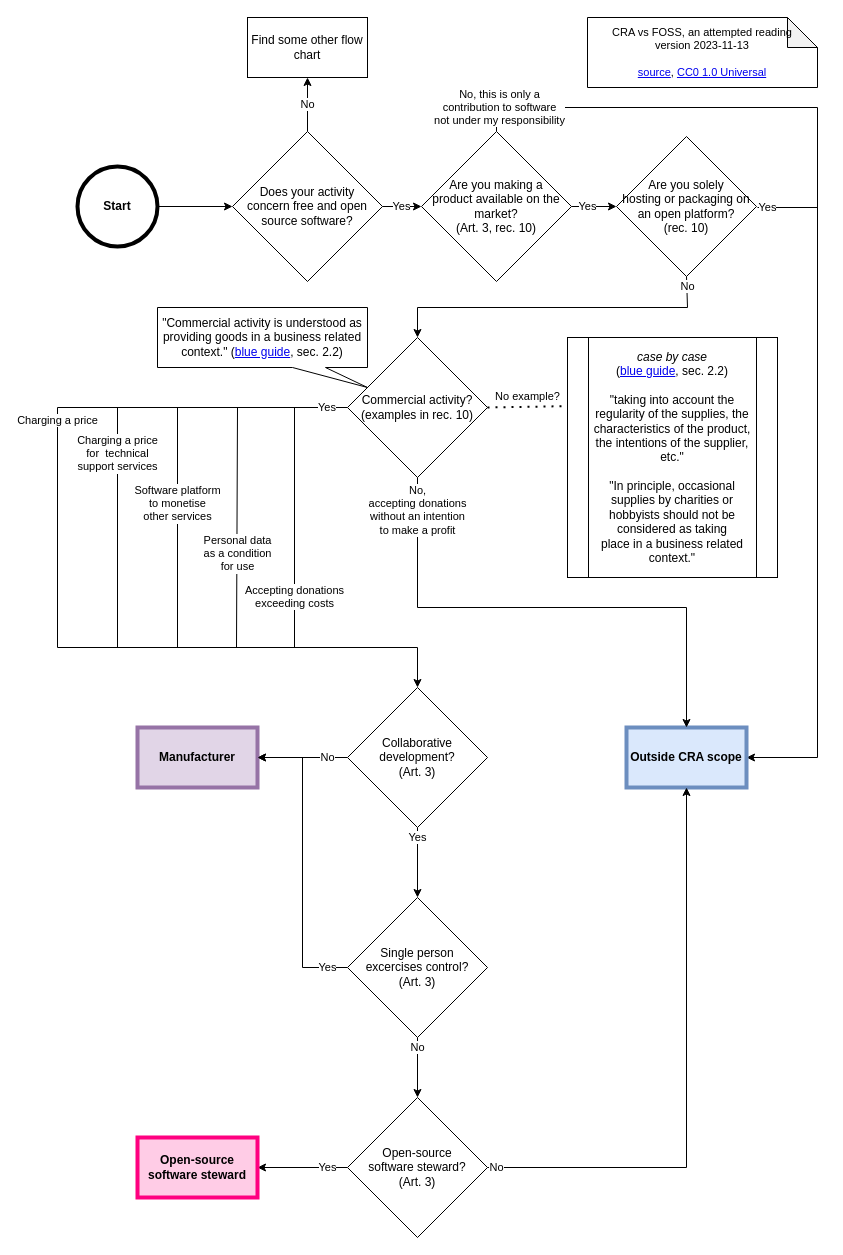
Earlier version of the draw.io diagram FOSS flowchart.drawio (kappapiana/cra-foss-diagram). Source tidied: cells renumbered, new cells numbered last; positions are measured from the earlier drawing's top-left corner, leaving out a move shared by most shapes. Both pictures are drawn from the tidied source at 100%, with x=0, y=0 at pixel (57, 17).
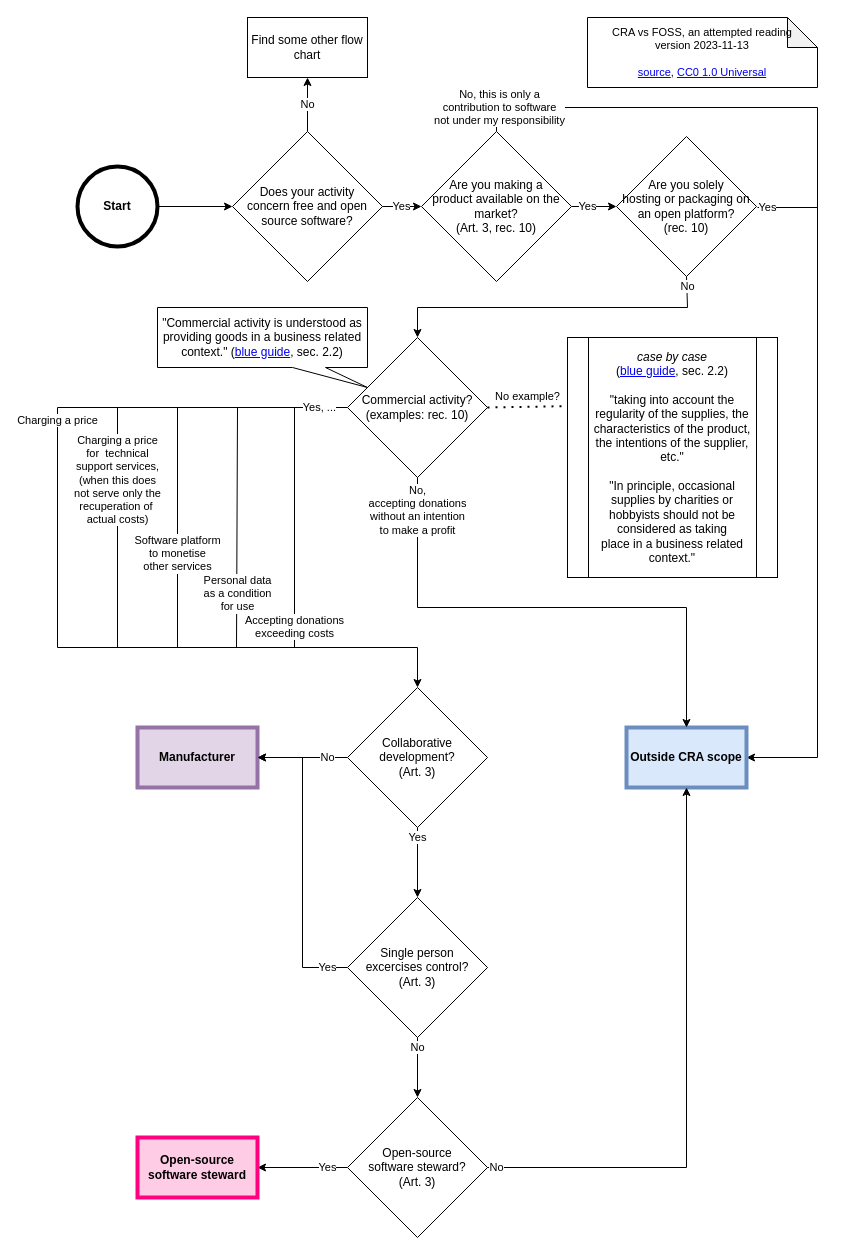
Above is the later version.

Commit message:
added recuperation of actual costs

Unchanged cells that the change refers to:
```xml
<mxCell id="24" value="Outside CRA scope" style="rounded=0;whiteSpace=wrap;html=1;fillColor=#dae8fc;strokeColor=#6c8ebf;fontStyle=1;strokeWidth=4;" parent="1" vertex="1">
  <mxGeometry x="569" y="710" width="120" height="60" as="geometry" />
</mxCell>
```

Change to the diagram source:
```diff
@@
-    <mxCell id="2" value="Commercial activity?&lt;br&gt;(examples in rec. 10)" style="rhombus;whiteSpace=wrap;html=1;fontStyle=0;" parent="1" vertex="1">
+    <mxCell id="2" value="Commercial activity?&lt;br&gt;&lt;div&gt;(examples: rec. 10)&lt;/div&gt;" style="rhombus;whiteSpace=wrap;html=1;fontStyle=0;" parent="1" vertex="1">
       <mxGeometry x="290" y="320" width="140" height="140" as="geometry" />
     </mxCell>
@@
-    <mxCell id="18" value="Charging a price&lt;br&gt;for&amp;nbsp; technical&lt;br&gt;support services" style="endArrow=none;html=1;rounded=0;verticalAlign=top;fontStyle=0;" parent="1" edge="1">
+    <mxCell id="18" value="&lt;div&gt;Charging a price&lt;/div&gt;&lt;div&gt;for&amp;nbsp; technical&lt;/div&gt;&lt;div&gt;support services,&lt;/div&gt;&lt;div&gt;(when this does&lt;/div&gt;&lt;div&gt;not serve only the&lt;/div&gt;&lt;div&gt;recuperation of&amp;nbsp;&lt;/div&gt;&lt;div&gt;actual costs)&lt;/div&gt;" style="endArrow=none;html=1;rounded=0;verticalAlign=top;fontStyle=0;" parent="1" edge="1">
       <mxGeometry x="-0.83" relative="1" as="geometry">
         <mxPoint x="60" y="390" as="sourcePoint" />
         <mxPoint x="60" y="630" as="targetPoint" />
       </mxGeometry>
     </mxCell>
     <mxCell id="19" value="Software platform&lt;br&gt; to monetise&lt;br&gt;other services" style="endArrow=none;html=1;rounded=0;verticalAlign=top;fontStyle=0;" parent="1" edge="1">
-      <mxGeometry x="0.42" relative="1" as="geometry">
+      <mxGeometry relative="1" as="geometry">
         <mxPoint x="120" y="630" as="sourcePoint" />
         <mxPoint x="120" y="390" as="targetPoint" />
       </mxGeometry>
     </mxCell>
     <mxCell id="20" value="Personal data&lt;br&gt;as a condition&lt;br&gt;for use" style="endArrow=none;html=1;rounded=0;verticalAlign=top;fontStyle=0;" parent="1" edge="1">
-      <mxGeometry relative="1" as="geometry">
+      <mxGeometry x="-0.33" y="-1" relative="1" as="geometry">
         <mxPoint x="179" y="630" as="sourcePoint" />
         <mxPoint x="180" y="390" as="targetPoint" />
-        <mxPoint x="1" as="offset" />
       </mxGeometry>
     </mxCell>
     <mxCell id="21" value="&lt;div&gt;Accepting donations&lt;br&gt;exceeding costs&lt;/div&gt;" style="endArrow=none;html=1;rounded=0;verticalAlign=top;fontStyle=0;" parent="1" edge="1">
-      <mxGeometry x="-0.42" relative="1" as="geometry">
+      <mxGeometry x="-0.67" relative="1" as="geometry">
         <mxPoint x="237" y="630" as="sourcePoint" />
         <mxPoint x="237" y="390" as="targetPoint" />
       </mxGeometry>
     </mxCell>
-    <mxCell id="22" value="&lt;div&gt;Yes&lt;/div&gt;" style="endArrow=none;html=1;rounded=0;entryX=0;entryY=0.5;entryDx=0;entryDy=0;fontStyle=0;labelPosition=left;verticalLabelPosition=middle;align=right;verticalAlign=middle;" parent="1" edge="1" target="2">
+    <mxCell id="22" value="&lt;div&gt;Yes, ...&lt;br&gt;&lt;/div&gt;" style="endArrow=none;html=1;rounded=0;entryX=0;entryY=0.5;entryDx=0;entryDy=0;fontStyle=0;labelPosition=left;verticalLabelPosition=middle;align=right;verticalAlign=middle;" parent="1" edge="1" target="2">
       <mxGeometry x="0.93" relative="1" as="geometry">
         <mxPoint y="390" as="sourcePoint" />
       </mxGeometry>
     </mxCell>
@@
-    <mxCell id="34" value="&lt;div&gt;No,&lt;/div&gt;&lt;div&gt;accepting donations&lt;/div&gt;&lt;div&gt;without an intention&lt;/div&gt;&lt;div&gt;to make a profit&lt;/div&gt;" style="endArrow=classic;html=1;rounded=0;entryX=0.5;entryY=0;entryDx=0;entryDy=0;fontStyle=0;exitX=0.5;exitY=1;exitDx=0;exitDy=0;labelPosition=center;verticalLabelPosition=bottom;align=center;verticalAlign=top;" parent="1" edge="1" source="2" target="24">
+    <mxCell id="34" value="&lt;div&gt;No,&lt;br&gt;&lt;/div&gt;&lt;div&gt;accepting donations&lt;/div&gt;&lt;div&gt;without an intention&lt;/div&gt;&lt;div&gt;to make a profit&lt;/div&gt;" style="endArrow=classic;html=1;rounded=0;entryX=0.5;entryY=0;entryDx=0;entryDy=0;fontStyle=0;exitX=0.5;exitY=1;exitDx=0;exitDy=0;labelPosition=center;verticalLabelPosition=bottom;align=center;verticalAlign=top;" parent="1" edge="1" source="2" target="24">
       <mxGeometry x="-1" relative="1" as="geometry">
         <Array as="points">
           <mxPoint x="360" y="590" />
           <mxPoint x="629" y="590" />
         </Array>
       </mxGeometry>
     </mxCell>
```
